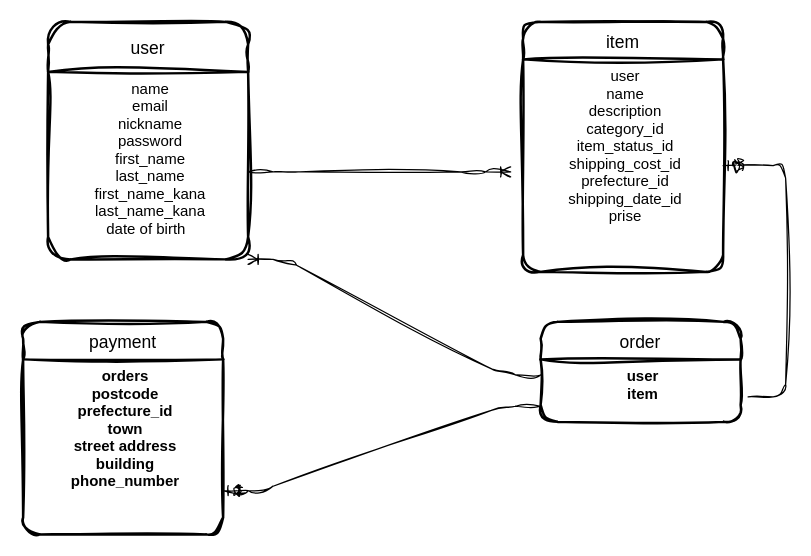
Before: .dio in murakamihibiki/furima-39596, a draw.io diagram. Source tidied: cells renumbered, new cells numbered last; positions are measured from the earlier drawing's top-left corner, leaving out a move shared by most shapes. Both pictures are drawn from the tidied source at 125%, with x=0, y=0 at pixel (22, 21).
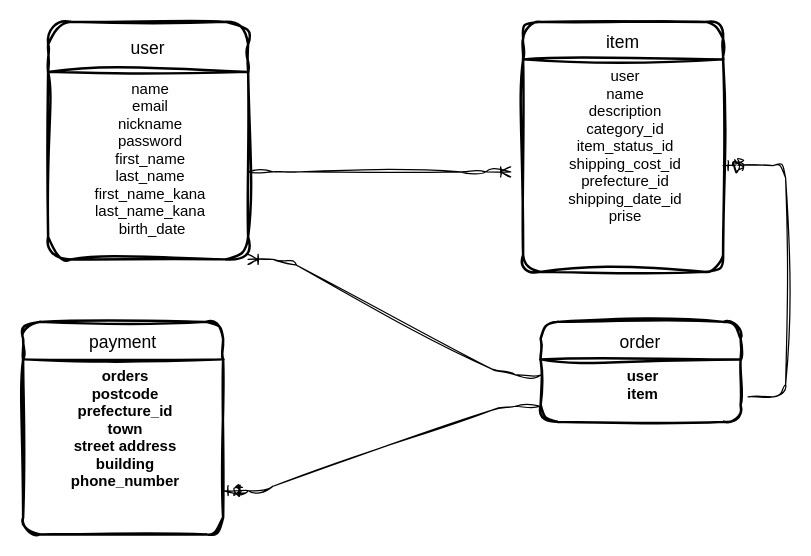
The same page after the edit.

Change to the diagram source:
```diff
@@
 <mxGraphModel>
   <root>
     <mxCell id="0" />
     <mxCell id="1" parent="0" />
     <mxCell id="2" value="user" style="swimlane;horizontal=1;startSize=40;rounded=1;fontSize=14;fontStyle=0;strokeWidth=2;shadow=0;dashed=0;align=center;sketch=1;curveFitting=1;jiggle=2;fontFamily=Helvetica;" parent="1" vertex="1">
       <mxGeometry x="20" width="160" height="190" as="geometry" />
     </mxCell>
-    <mxCell id="3" value="name&#10;email&#10;nickname&#10;password&#10;first_name&#10;last_name&#10;first_name_kana&#10;last_name_kana&#10;date of birth  &#10;" style="align=center;strokeColor=none;fillColor=none;spacingLeft=4;fontSize=12;verticalAlign=top;sketch=1;curveFitting=1;jiggle=2;fontFamily=Helvetica;" parent="2" vertex="1">
+    <mxCell id="3" value="name&#10;email&#10;nickname&#10;password&#10;first_name&#10;last_name&#10;first_name_kana&#10;last_name_kana&#10; birth_date&#10; &#10;" style="align=center;strokeColor=none;fillColor=none;spacingLeft=4;fontSize=12;verticalAlign=top;sketch=1;curveFitting=1;jiggle=2;fontFamily=Helvetica;" parent="2" vertex="1">
       <mxGeometry y="40" width="160" height="150" as="geometry" />
     </mxCell>
     <mxCell id="4" value="item" style="swimlane;horizontal=1;startSize=30;rounded=1;fontSize=14;fontStyle=0;strokeWidth=2;shadow=0;dashed=0;align=center;sketch=1;curveFitting=1;jiggle=2;fontFamily=Helvetica;" parent="1" vertex="1">
       <mxGeometry x="400" width="160" height="200" as="geometry" />
     </mxCell>
     <mxCell id="5" value="user&#10;name&#10;description&#10;category_id&#10;item_status_id&#10;shipping_cost_id&#10;prefecture_id&#10;shipping_date_id&#10;prise" style="align=center;strokeColor=none;fillColor=none;spacingLeft=4;fontSize=12;verticalAlign=top;fontStyle=0;sketch=1;curveFitting=1;jiggle=2;fontFamily=Helvetica;" parent="4" vertex="1">
       <mxGeometry y="30" width="160" height="170" as="geometry" />
     </mxCell>
     <mxCell id="6" value="order" style="swimlane;horizontal=1;startSize=30;rounded=1;fontSize=14;fontStyle=0;strokeWidth=2;shadow=0;dashed=0;align=center;sketch=1;hachureGap=4;jiggle=2;curveFitting=1;fontFamily=Helvetica;" parent="1" vertex="1">
       <mxGeometry x="414" y="240" width="160" height="80" as="geometry" />
     </mxCell>
     <mxCell id="7" value="user&#10;item&#10;" style="align=center;strokeColor=none;fillColor=none;spacingLeft=4;fontSize=12;verticalAlign=top;sketch=1;hachureGap=4;jiggle=2;curveFitting=1;fontFamily=Helvetica;fontStyle=1;" parent="6" vertex="1">
       <mxGeometry y="30" width="160" height="50" as="geometry" />
     </mxCell>
     <mxCell id="8" value="payment" style="swimlane;horizontal=1;startSize=30;rounded=1;fontSize=14;fontStyle=0;strokeWidth=2;shadow=0;dashed=0;align=center;sketch=1;hachureGap=4;jiggle=2;curveFitting=1;fontFamily=Helvetica;" parent="1" vertex="1">
       <mxGeometry y="240" width="160" height="170" as="geometry" />
     </mxCell>
     <mxCell id="9" value="orders&#10;postcode&#10;prefecture_id&#10;town&#10;street address&#10;building&#10;phone_number&#10;" style="align=center;strokeColor=none;fillColor=none;spacingLeft=4;fontSize=12;verticalAlign=top;sketch=1;hachureGap=4;jiggle=2;curveFitting=1;fontFamily=Helvetica;fontStyle=1;" parent="8" vertex="1">
       <mxGeometry y="30" width="160" height="140" as="geometry" />
     </mxCell>
     <mxCell id="10" style="edgeStyle=entityRelationEdgeStyle;fontSize=12;html=1;endArrow=ERoneToMany;sketch=1;hachureGap=4;jiggle=2;curveFitting=1;fontFamily=Helvetica;elbow=vertical;" parent="1" edge="1">
       <mxGeometry relative="1" as="geometry">
         <mxPoint x="180" y="120" as="sourcePoint" />
         <mxPoint x="390" y="120" as="targetPoint" />
       </mxGeometry>
     </mxCell>
     <mxCell id="11" style="edgeStyle=entityRelationEdgeStyle;fontSize=12;html=1;endArrow=ERoneToMany;sketch=1;hachureGap=4;jiggle=2;curveFitting=1;fontFamily=Helvetica;elbow=vertical;entryX=1;entryY=1;entryDx=0;entryDy=0;exitX=0;exitY=0.25;exitDx=0;exitDy=0;" parent="1" edge="1" source="7" target="3">
       <mxGeometry relative="1" as="geometry" />
     </mxCell>
     <mxCell id="12" style="edgeStyle=entityRelationEdgeStyle;fontSize=12;html=1;endArrow=ERzeroToOne;endFill=1;sketch=1;hachureGap=4;jiggle=2;curveFitting=1;fontFamily=Helvetica;elbow=vertical;entryX=1;entryY=0.75;entryDx=0;entryDy=0;exitX=0;exitY=0.75;exitDx=0;exitDy=0;" parent="1" edge="1" source="7" target="9">
       <mxGeometry relative="1" as="geometry" />
     </mxCell>
     <mxCell id="13" style="edgeStyle=entityRelationEdgeStyle;fontSize=12;html=1;endArrow=ERzeroToOne;endFill=1;sketch=1;hachureGap=4;jiggle=2;curveFitting=1;fontFamily=Helvetica;elbow=vertical;entryX=1;entryY=0.5;entryDx=0;entryDy=0;" parent="1" edge="1" target="5">
       <mxGeometry relative="1" as="geometry">
         <mxPoint x="580" y="300" as="sourcePoint" />
       </mxGeometry>
     </mxCell>
   </root>
 </mxGraphModel>
```
